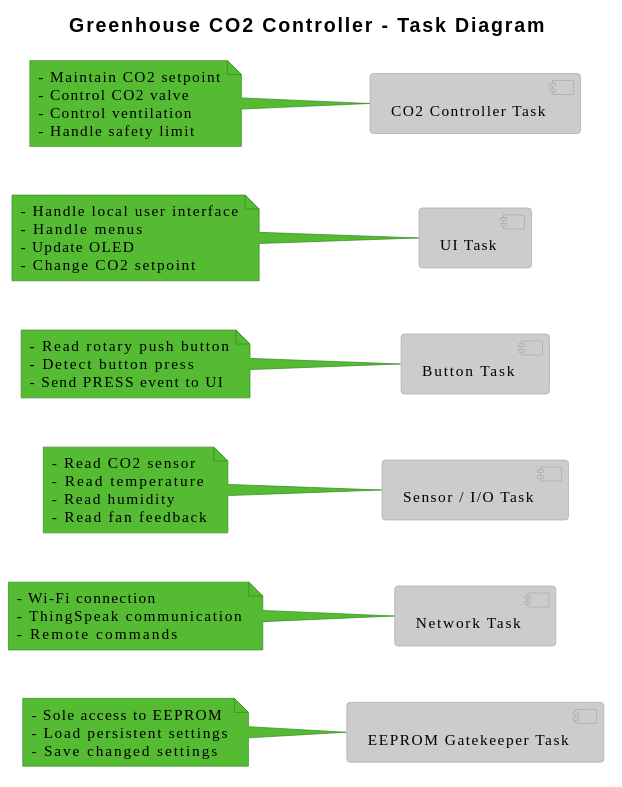
The PlantUML diagram diagrams/out/@task_diagram/@task_diagram.svg in aleksanteril/YetAnotherGreenhouseController, before a commit.
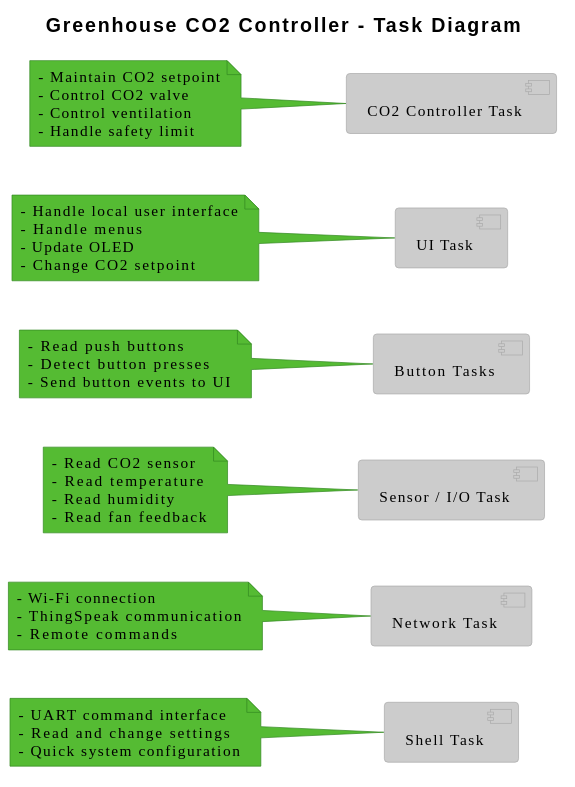
The same file after the commit.

Commit message:
Task diagram updated.

What changed in the source:
```diff
@@ -4,17 +4,17 @@
 
 left to right direction
 
-component "EEPROM Gatekeeper Task" as EEPROM
+component "Shell Task" as SHELL
 component "Network Task" as NET
 component "Sensor / I/O Task" as IO
-component "Button Task" as BUTTON
+component "Button Tasks" as BUTTON
 component "UI Task" as UI
 component "CO2 Controller Task" as CTRL
 
-note left of EEPROM
-- Sole access to EEPROM
-- Load persistent settings
-- Save changed settings
+note left of SHELL
+- UART command interface
+- Read and change settings
+- Quick system configuration
 end note
 
 note left of NET
@@ -31,9 +31,9 @@
 end note
 
 note left of BUTTON
-- Read rotary push button
-- Detect button press
-- Send PRESS event to UI
+- Read push buttons
+- Detect button presses
+- Send button events to UI
 end note
 
 note left of UI
```
